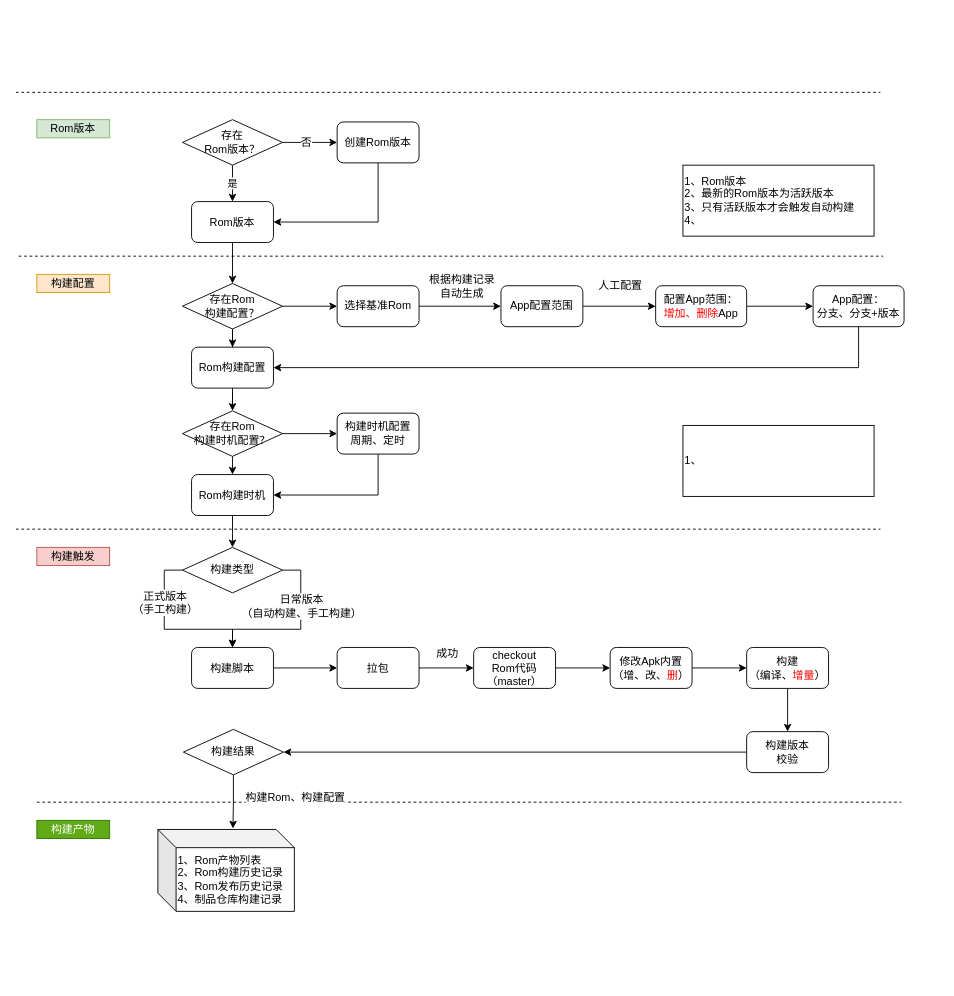
The draw.io diagram Copy of 自动构建流程示意图.drawio in walkwall/drawing, before the edit. Source tidied: cells renumbered, new cells numbered last; positions are measured from the earlier drawing's top-left corner, leaving out a move shared by most shapes. Both pictures are drawn from the tidied source at 91%, with x=0, y=0 at pixel (15, 15).
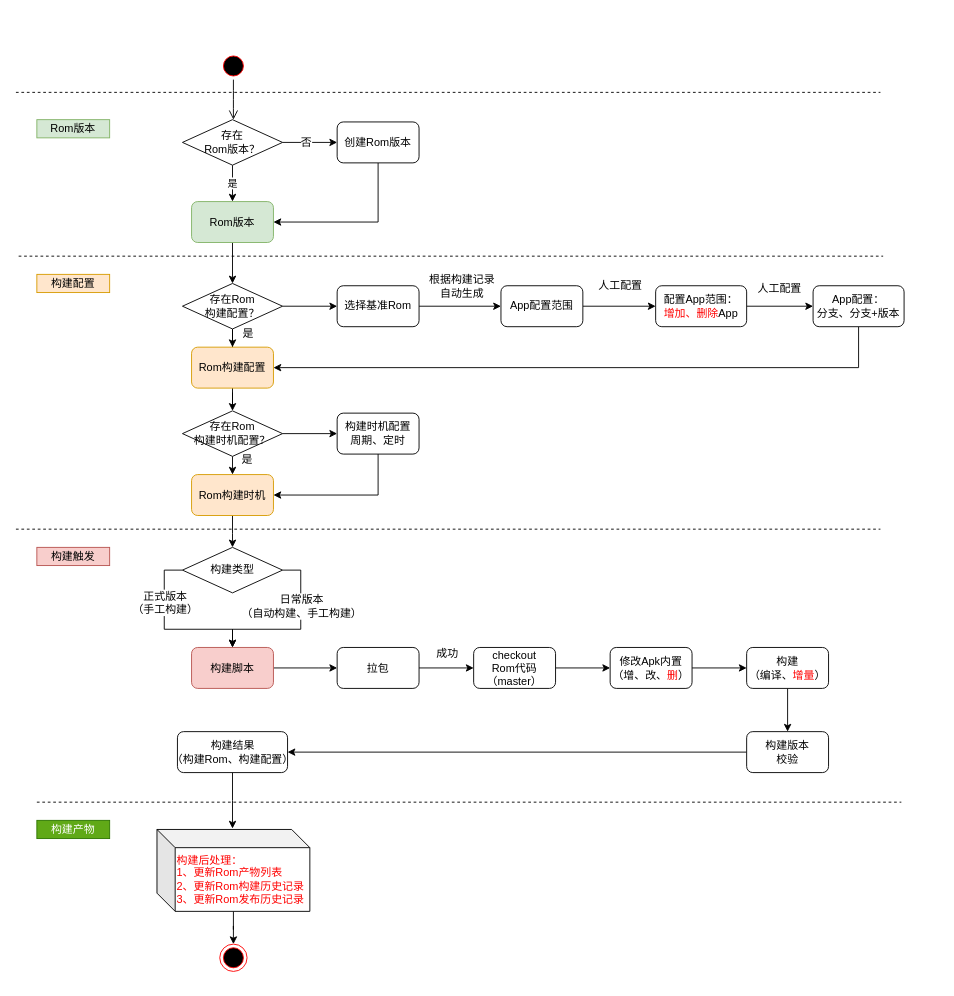
Above is the later version.

Commit message:
Update Copy of 自动构建流程示意图.drawio

The change refers to these unchanged cells:
```xml
<mxCell id="23" style="edgeStyle=orthogonalEdgeStyle;rounded=0;jettySize=auto;html=1;" parent="1" edge="1" source="24" target="39">
  <mxGeometry relative="1" as="geometry" />
</mxCell>
<mxCell id="28" style="edgeStyle=orthogonalEdgeStyle;rounded=0;jettySize=auto;html=1;entryX=0.5;entryY=0;entryDx=0;entryDy=0;" parent="1" edge="1" source="29" target="34">
  <mxGeometry relative="1" as="geometry" />
</mxCell>
<mxCell id="30" style="edgeStyle=orthogonalEdgeStyle;rounded=0;jettySize=auto;html=1;exitX=0.5;exitY=1;exitDx=0;exitDy=0;entryX=0.5;entryY=0;entryDx=0;entryDy=0;" parent="1" edge="1" source="32" target="36">
  <mxGeometry relative="1" as="geometry" />
</mxCell>
<mxCell id="54" value="构建版本&lt;br&gt;校验" style="rounded=1;whiteSpace=wrap;html=1;shadow=0;labelBackgroundColor=none;" parent="1" vertex="1">
  <mxGeometry x="803" y="786.5" width="90" height="45" as="geometry" />
</mxCell>
```

What changed in the source:
```diff
@@
+    <mxCell id="65" value="人工配置" style="text;html=1;align=center;verticalAlign=middle;labelBackgroundColor=#ffffff;" parent="23" vertex="1">
+      <mxGeometry x="0.21" y="2" relative="1" as="geometry">
+        <mxPoint x="-9" y="-17.5" as="offset" />
+      </mxGeometry>
+    </mxCell>
@@
-    <mxCell id="26" value="Rom版本" style="rounded=1;whiteSpace=wrap;html=1;shadow=0;labelBackgroundColor=none;" parent="1" vertex="1">
+    <mxCell id="26" value="Rom版本" style="rounded=1;whiteSpace=wrap;html=1;shadow=0;labelBackgroundColor=none;fillColor=#d5e8d4;strokeColor=#82b366;" parent="1" vertex="1">
       <mxGeometry x="193" y="204" width="90" height="45" as="geometry" />
     </mxCell>
@@
+    <mxCell id="66" value="是" style="text;html=1;align=center;verticalAlign=middle;labelBackgroundColor=#ffffff;" parent="28" vertex="1">
+      <mxGeometry x="0.47" y="2" relative="1" as="geometry">
+        <mxPoint x="14" as="offset" />
+      </mxGeometry>
+    </mxCell>
@@
+    <mxCell id="67" value="是" style="text;html=1;align=center;verticalAlign=middle;labelBackgroundColor=#ffffff;" parent="30" vertex="1">
+      <mxGeometry x="-0.6" relative="1" as="geometry">
+        <mxPoint x="15" y="-1" as="offset" />
+      </mxGeometry>
+    </mxCell>
@@
-    <mxCell id="34" value="Rom构建配置" style="rounded=1;whiteSpace=wrap;html=1;shadow=0;labelBackgroundColor=none;" parent="1" vertex="1">
+    <mxCell id="34" value="Rom构建配置" style="rounded=1;whiteSpace=wrap;html=1;shadow=0;labelBackgroundColor=none;fillColor=#ffe6cc;strokeColor=#d79b00;" parent="1" vertex="1">
       <mxGeometry x="193" y="364" width="90" height="45" as="geometry" />
     </mxCell>
@@
-    <mxCell id="36" value="Rom构建时机" style="rounded=1;whiteSpace=wrap;html=1;shadow=0;labelBackgroundColor=none;" parent="1" vertex="1">
+    <mxCell id="36" value="Rom构建时机" style="rounded=1;whiteSpace=wrap;html=1;shadow=0;labelBackgroundColor=none;fillColor=#ffe6cc;strokeColor=#d79b00;" parent="1" vertex="1">
       <mxGeometry x="193" y="504" width="90" height="45" as="geometry" />
     </mxCell>
@@
-    <mxCell id="46" value="构建脚本" style="rounded=1;whiteSpace=wrap;html=1;shadow=0;labelBackgroundColor=none;" parent="1" vertex="1">
+    <mxCell id="46" value="构建脚本" style="rounded=1;whiteSpace=wrap;html=1;shadow=0;labelBackgroundColor=none;fillColor=#f8cecc;strokeColor=#b85450;" parent="1" vertex="1">
       <mxGeometry x="193" y="694" width="90" height="45" as="geometry" />
     </mxCell>
@@
-    <mxCell id="53" style="edgeStyle=orthogonalEdgeStyle;rounded=0;jettySize=auto;html=1;" parent="1" edge="1" source="54" target="60">
+    <mxCell id="53" style="edgeStyle=orthogonalEdgeStyle;rounded=0;jettySize=auto;html=1;entryX=1;entryY=0.5;entryDx=0;entryDy=0;" parent="1" edge="1" source="54" target="71">
       <mxGeometry relative="1" as="geometry" />
     </mxCell>
@@
-    <mxCell id="58" style="edgeStyle=orthogonalEdgeStyle;rounded=0;jettySize=auto;html=1;entryX=0.55;entryY=-0.012;entryDx=0;entryDy=0;entryPerimeter=0;" parent="1" edge="1" source="60" target="61">
-      <mxGeometry relative="1" as="geometry" />
+    <mxCell id="58" style="edgeStyle=orthogonalEdgeStyle;rounded=0;jettySize=auto;html=1;" parent="1" edge="1" source="71">
+      <mxGeometry relative="1" as="geometry">
+        <mxPoint x="238" y="893" as="targetPoint" />
+      </mxGeometry>
     </mxCell>
-    <mxCell id="59" value="构建Rom、构建配置" style="text;html=1;align=center;verticalAlign=middle;labelBackgroundColor=#ffffff;" parent="58" vertex="1">
-      <mxGeometry x="-0.34" y="3" relative="1" as="geometry">
-        <mxPoint x="64" y="4" as="offset" />
-      </mxGeometry>
-    </mxCell>
-    <mxCell id="60" value="构建结果" style="rhombus;whiteSpace=wrap;html=1;shadow=0;labelBackgroundColor=none;" parent="1" vertex="1">
-      <mxGeometry x="184" y="784" width="110" height="50" as="geometry" />
-    </mxCell>
+    <mxCell id="68" style="edgeStyle=orthogonalEdgeStyle;rounded=0;jettySize=auto;html=1;strokeColor=#000000;entryX=0.5;entryY=0;entryDx=0;entryDy=0;" parent="1" edge="1" source="61" target="72">
+      <mxGeometry relative="1" as="geometry" />
+    </mxCell>
-    <mxCell id="61" value="1、Rom产物列表&lt;br&gt;2、Rom构建历史记录&lt;br&gt;3、Rom发布历史记录&lt;br&gt;4、制品仓库构建记录" style="shape=cube;whiteSpace=wrap;html=1;boundedLbl=1;backgroundOutline=1;darkOpacity=0.05;darkOpacity2=0.1;align=left;" parent="1" vertex="1">
-      <mxGeometry x="156" y="894" width="150" height="90" as="geometry" />
+    <mxCell id="61" value="&lt;font color=&quot;#ff0000&quot;&gt;构建后处理：&lt;br&gt;1、更新Rom产物列表&lt;br&gt;2、更新Rom构建历史记录&lt;br&gt;3、更新Rom发布历史记录&lt;br&gt;&lt;/font&gt;" style="shape=cube;whiteSpace=wrap;html=1;boundedLbl=1;backgroundOutline=1;darkOpacity=0.05;darkOpacity2=0.1;align=left;" parent="1" vertex="1">
+      <mxGeometry x="155" y="894" width="168" height="90" as="geometry" />
     </mxCell>
@@
-    <mxCell id="63" value="1、Rom版本&lt;br&gt;2、最新的Rom版本为活跃版本&lt;br&gt;3、只有活跃版本才会触发自动构建&lt;br&gt;4、" style="rounded=0;whiteSpace=wrap;html=1;shadow=0;labelBackgroundColor=none;strokeColor=#000000;fillColor=#FFFFFF;gradientColor=#ffffff;align=left;" parent="1" vertex="1">
-      <mxGeometry x="733" y="164" width="210" height="78" as="geometry" />
-    </mxCell>
-    <mxCell id="64" value="1、" style="rounded=0;whiteSpace=wrap;html=1;shadow=0;labelBackgroundColor=none;strokeColor=#000000;fillColor=#FFFFFF;gradientColor=#ffffff;align=left;" parent="1" vertex="1">
-      <mxGeometry x="733" y="450" width="210" height="78" as="geometry" />
-    </mxCell>
+    <mxCell id="69" style="ellipse;html=1;shape=startState;fillColor=#000000;strokeColor=#ff0000;" parent="1" vertex="1">
+      <mxGeometry x="224" y="40" width="30" height="30" as="geometry" />
+    </mxCell>
+    <mxCell id="70" style="edgeStyle=orthogonalEdgeStyle;html=1;verticalAlign=bottom;endArrow=open;endSize=8;strokeColor=#000000;" parent="1" edge="1" source="69">
+      <mxGeometry relative="1" as="geometry">
+        <mxPoint x="239" y="114" as="targetPoint" />
+      </mxGeometry>
+    </mxCell>
+    <mxCell id="71" value="构建结果&lt;br&gt;（&lt;span style=&quot;white-space: nowrap ; background-color: rgb(255 , 255 , 255)&quot;&gt;构建Rom、构建配置&lt;/span&gt;）" style="rounded=1;whiteSpace=wrap;html=1;shadow=0;labelBackgroundColor=none;" parent="1" vertex="1">
+      <mxGeometry x="177.5" y="786.5" width="121" height="45" as="geometry" />
+    </mxCell>
+    <mxCell id="72" style="ellipse;html=1;shape=endState;fillColor=#000000;strokeColor=#ff0000;" parent="1" vertex="1">
+      <mxGeometry x="224" y="1020" width="30" height="30" as="geometry" />
+    </mxCell>
```
